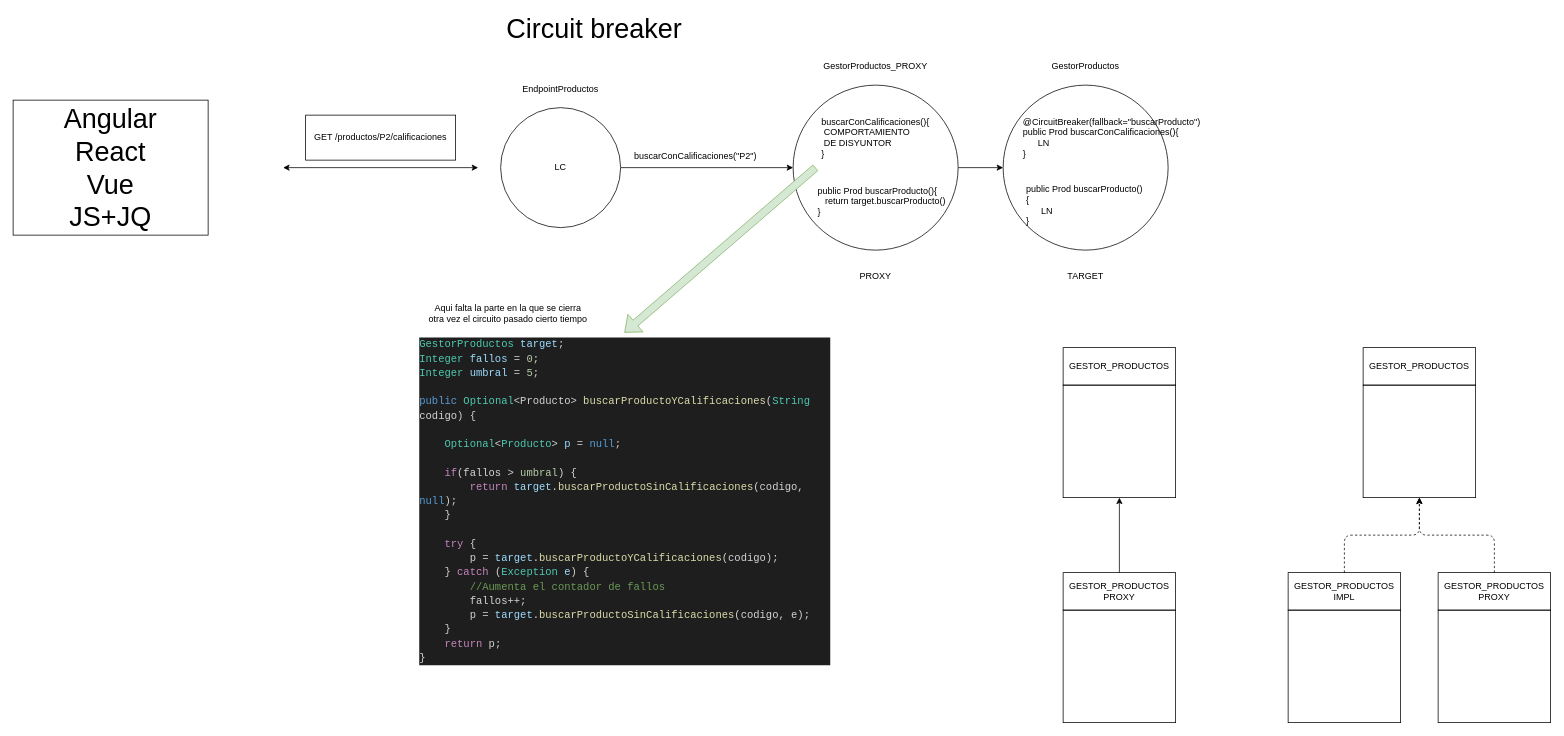
lrag/Patrones keeps this draw.io diagram as page "Página-19" (19 of 39) of patrones_2022_7.drawio. Above is the earlier version. Source tidied: cells renumbered, new cells numbered last; positions are measured from the earlier drawing's top-left corner, leaving out a move shared by most shapes. Both pictures are drawn from the tidied source at 75%, with x=0, y=0 at pixel (13, 17).
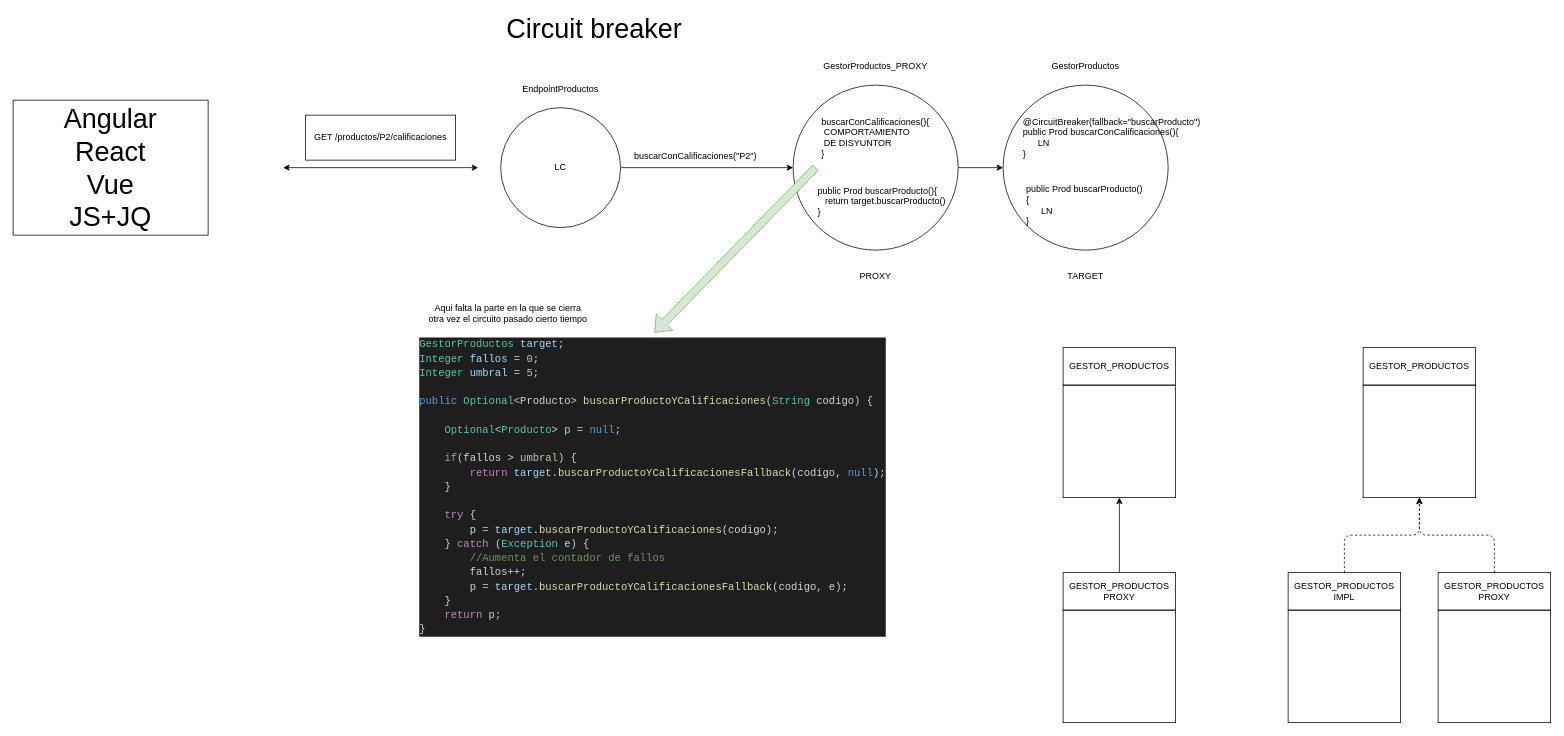
The same page after the edit.

What changed in the source:
```diff
@@
-    <mxCell id="18" value="&lt;div style=&quot;background-color: rgb(30 , 30 , 30) ; font-family: &amp;#34;consolas&amp;#34; , &amp;#34;courier new&amp;#34; , monospace ; font-weight: normal ; font-size: 14px ; line-height: 19px&quot;&gt;&lt;div style=&quot;color: rgb(212 , 212 , 212)&quot;&gt;&lt;span style=&quot;color: #4ec9b0&quot;&gt;GestorProductos&lt;/span&gt;&lt;span style=&quot;color: #d4d4d4&quot;&gt; &lt;/span&gt;&lt;span style=&quot;color: #9cdcfe&quot;&gt;target&lt;/span&gt;&lt;span style=&quot;color: #d4d4d4&quot;&gt;;&lt;/span&gt;&lt;/div&gt;&lt;div style=&quot;color: rgb(212 , 212 , 212)&quot;&gt;&lt;span style=&quot;color: #4ec9b0&quot;&gt;Integer&lt;/span&gt;&lt;span style=&quot;color: #d4d4d4&quot;&gt; &lt;/span&gt;&lt;span style=&quot;color: #9cdcfe&quot;&gt;fallos&lt;/span&gt;&lt;span style=&quot;color: #d4d4d4&quot;&gt; = &lt;/span&gt;&lt;span style=&quot;color: #b5cea8&quot;&gt;0&lt;/span&gt;&lt;span style=&quot;color: #d4d4d4&quot;&gt;;&lt;/span&gt;&lt;/div&gt;&lt;div style=&quot;color: rgb(212 , 212 , 212)&quot;&gt;&lt;span style=&quot;color: #4ec9b0&quot;&gt;Integer&lt;/span&gt;&lt;span style=&quot;color: #d4d4d4&quot;&gt; &lt;/span&gt;&lt;span style=&quot;color: #9cdcfe&quot;&gt;umbral&lt;/span&gt;&lt;span style=&quot;color: #d4d4d4&quot;&gt; = &lt;/span&gt;&lt;span style=&quot;color: #b5cea8&quot;&gt;5&lt;/span&gt;&lt;span style=&quot;color: #d4d4d4&quot;&gt;;&lt;/span&gt;&lt;/div&gt;&lt;br&gt;&lt;div style=&quot;color: rgb(212 , 212 , 212)&quot;&gt;&lt;span style=&quot;color: #569cd6&quot;&gt;public&lt;/span&gt;&lt;span style=&quot;color: #d4d4d4&quot;&gt; &lt;/span&gt;&lt;span style=&quot;color: #4ec9b0&quot;&gt;Optional&lt;/span&gt;&lt;span style=&quot;color: #d4d4d4&quot;&gt;&amp;lt;Producto&amp;gt; &lt;/span&gt;&lt;span style=&quot;color: #dcdcaa&quot;&gt;buscarProductoYCalificaciones&lt;/span&gt;&lt;span style=&quot;color: #d4d4d4&quot;&gt;(&lt;/span&gt;&lt;span style=&quot;color: #4ec9b0&quot;&gt;String&lt;/span&gt;&lt;span style=&quot;color: #d4d4d4&quot;&gt; codigo) {&lt;/span&gt;&lt;/div&gt;&lt;div style=&quot;color: rgb(212 , 212 , 212)&quot;&gt;&lt;span style=&quot;color: #d4d4d4&quot;&gt;&amp;nbsp; &amp;nbsp; &lt;/span&gt;&lt;/div&gt;&lt;div style=&quot;color: rgb(212 , 212 , 212)&quot;&gt;&lt;span style=&quot;color: #d4d4d4&quot;&gt;&amp;nbsp; &amp;nbsp; &lt;/span&gt;&lt;span style=&quot;color: #4ec9b0&quot;&gt;Optional&lt;/span&gt;&lt;span style=&quot;color: #d4d4d4&quot;&gt;&amp;lt;&lt;/span&gt;&lt;span style=&quot;color: #4ec9b0&quot;&gt;Producto&lt;/span&gt;&lt;span style=&quot;color: #d4d4d4&quot;&gt;&amp;gt; &lt;/span&gt;&lt;span style=&quot;color: #9cdcfe&quot;&gt;p&lt;/span&gt;&lt;span style=&quot;color: #d4d4d4&quot;&gt; = &lt;/span&gt;&lt;span style=&quot;color: #569cd6&quot;&gt;null&lt;/span&gt;&lt;span style=&quot;color: #d4d4d4&quot;&gt;;&lt;/span&gt;&lt;/div&gt;&lt;div style=&quot;color: rgb(212 , 212 , 212)&quot;&gt;&lt;span style=&quot;color: #d4d4d4&quot;&gt;&amp;nbsp; &amp;nbsp; &lt;/span&gt;&lt;/div&gt;&lt;div&gt;&lt;span style=&quot;color: rgb(212 , 212 , 212)&quot;&gt;&amp;nbsp; &amp;nbsp; &lt;/span&gt;&lt;span style=&quot;color: rgb(197 , 134 , 192)&quot;&gt;if&lt;/span&gt;&lt;span style=&quot;color: rgb(212 , 212 , 212)&quot;&gt;(fallos &amp;gt; &lt;/span&gt;&lt;font color=&quot;#b5cea8&quot;&gt;umbral&lt;/font&gt;&lt;span style=&quot;color: rgb(212 , 212 , 212)&quot;&gt;) {&lt;/span&gt;&lt;/div&gt;&lt;div style=&quot;color: rgb(212 , 212 , 212)&quot;&gt;&lt;span style=&quot;color: #d4d4d4&quot;&gt;&amp;nbsp; &amp;nbsp; &amp;nbsp; &amp;nbsp; &lt;/span&gt;&lt;span style=&quot;color: #c586c0&quot;&gt;return&lt;/span&gt;&lt;span style=&quot;color: #d4d4d4&quot;&gt; &lt;/span&gt;&lt;span style=&quot;color: #9cdcfe&quot;&gt;target&lt;/span&gt;&lt;span style=&quot;color: #d4d4d4&quot;&gt;.&lt;/span&gt;&lt;span style=&quot;color: #dcdcaa&quot;&gt;buscarProductoSinCalificaciones&lt;/span&gt;&lt;span style=&quot;color: #d4d4d4&quot;&gt;(codigo, &lt;/span&gt;&lt;span style=&quot;color: #569cd6&quot;&gt;null&lt;/span&gt;&lt;span style=&quot;color: #d4d4d4&quot;&gt;);&lt;/span&gt;&lt;/div&gt;&lt;div style=&quot;color: rgb(212 , 212 , 212)&quot;&gt;&lt;span style=&quot;color: #d4d4d4&quot;&gt;&amp;nbsp; &amp;nbsp; }&lt;/span&gt;&lt;/div&gt;&lt;br&gt;&lt;div style=&quot;color: rgb(212 , 212 , 212)&quot;&gt;&lt;span style=&quot;color: #d4d4d4&quot;&gt;&amp;nbsp; &amp;nbsp; &lt;/span&gt;&lt;span style=&quot;color: #c586c0&quot;&gt;try&lt;/span&gt;&lt;span style=&quot;color: #d4d4d4&quot;&gt; {&lt;/span&gt;&lt;/div&gt;&lt;div style=&quot;color: rgb(212 , 212 , 212)&quot;&gt;&lt;span style=&quot;color: #d4d4d4&quot;&gt;&amp;nbsp; &amp;nbsp; &amp;nbsp; &amp;nbsp; p = &lt;/span&gt;&lt;span style=&quot;color: #9cdcfe&quot;&gt;target&lt;/span&gt;&lt;span style=&quot;color: #d4d4d4&quot;&gt;.&lt;/span&gt;&lt;span style=&quot;color: #dcdcaa&quot;&gt;buscarProductoYCalificaciones&lt;/span&gt;&lt;span style=&quot;color: #d4d4d4&quot;&gt;(codigo);&lt;/span&gt;&lt;/div&gt;&lt;div style=&quot;color: rgb(212 , 212 , 212)&quot;&gt;&lt;span style=&quot;color: #d4d4d4&quot;&gt;&amp;nbsp; &amp;nbsp; } &lt;/span&gt;&lt;span style=&quot;color: #c586c0&quot;&gt;catch&lt;/span&gt;&lt;span style=&quot;color: #d4d4d4&quot;&gt; (&lt;/span&gt;&lt;span style=&quot;color: #4ec9b0&quot;&gt;Exception&lt;/span&gt;&lt;span style=&quot;color: #d4d4d4&quot;&gt; &lt;/span&gt;&lt;span style=&quot;color: #9cdcfe&quot;&gt;e&lt;/span&gt;&lt;span style=&quot;color: #d4d4d4&quot;&gt;) {&lt;/span&gt;&lt;/div&gt;&lt;div style=&quot;color: rgb(212 , 212 , 212)&quot;&gt;&lt;span style=&quot;color: #d4d4d4&quot;&gt;&amp;nbsp; &amp;nbsp; &amp;nbsp; &amp;nbsp; &lt;/span&gt;&lt;span style=&quot;color: #6a9955&quot;&gt;//Aumenta el contador de fallos&lt;/span&gt;&lt;/div&gt;&lt;div style=&quot;color: rgb(212 , 212 , 212)&quot;&gt;&lt;span style=&quot;color: #d4d4d4&quot;&gt;&amp;nbsp; &amp;nbsp; &amp;nbsp; &amp;nbsp; fallos++;&lt;/span&gt;&lt;/div&gt;&lt;div style=&quot;color: rgb(212 , 212 , 212)&quot;&gt;&lt;span style=&quot;color: #d4d4d4&quot;&gt;&amp;nbsp; &amp;nbsp; &amp;nbsp; &amp;nbsp; p = &lt;/span&gt;&lt;span style=&quot;color: #9cdcfe&quot;&gt;target&lt;/span&gt;&lt;span style=&quot;color: #d4d4d4&quot;&gt;.&lt;/span&gt;&lt;span style=&quot;color: #dcdcaa&quot;&gt;buscarProductoSinCalificaciones&lt;/span&gt;&lt;span style=&quot;color: #d4d4d4&quot;&gt;(codigo, e);&lt;/span&gt;&lt;/div&gt;&lt;div style=&quot;color: rgb(212 , 212 , 212)&quot;&gt;&lt;span style=&quot;color: #d4d4d4&quot;&gt;&amp;nbsp; &amp;nbsp; } &amp;nbsp; &amp;nbsp; &amp;nbsp; &lt;/span&gt;&lt;/div&gt;&lt;div style=&quot;color: rgb(212 , 212 , 212)&quot;&gt;&lt;span style=&quot;color: #d4d4d4&quot;&gt;&amp;nbsp; &amp;nbsp; &lt;/span&gt;&lt;span style=&quot;color: #c586c0&quot;&gt;return&lt;/span&gt;&lt;span style=&quot;color: #d4d4d4&quot;&gt; p; &amp;nbsp; &amp;nbsp; &amp;nbsp; &lt;/span&gt;&lt;/div&gt;&lt;div style=&quot;color: rgb(212 , 212 , 212)&quot;&gt;&lt;span style=&quot;color: #d4d4d4&quot;&gt;}&lt;/span&gt;&lt;/div&gt;&lt;/div&gt;" style="text;whiteSpace=wrap;html=1;" parent="1" vertex="1">
-      <mxGeometry x="540" y="420" width="550" height="450" as="geometry" />
+    <mxCell id="18" value="&lt;div style=&quot;background-color: rgb(30 , 30 , 30) ; font-family: &amp;quot;consolas&amp;quot; , &amp;quot;courier new&amp;quot; , monospace ; font-weight: normal ; font-size: 14px ; line-height: 19px&quot;&gt;&lt;div style=&quot;color: rgb(212 , 212 , 212)&quot;&gt;&lt;span style=&quot;color: #4ec9b0&quot;&gt;GestorProductos&lt;/span&gt;&lt;span style=&quot;color: #d4d4d4&quot;&gt; &lt;/span&gt;&lt;span style=&quot;color: #9cdcfe&quot;&gt;target&lt;/span&gt;&lt;span style=&quot;color: #d4d4d4&quot;&gt;;&lt;/span&gt;&lt;/div&gt;&lt;div style=&quot;color: rgb(212 , 212 , 212)&quot;&gt;&lt;span style=&quot;color: #4ec9b0&quot;&gt;Integer&lt;/span&gt;&lt;span style=&quot;color: #d4d4d4&quot;&gt; &lt;/span&gt;&lt;span style=&quot;color: #9cdcfe&quot;&gt;fallos&lt;/span&gt;&lt;span style=&quot;color: #d4d4d4&quot;&gt; = &lt;/span&gt;&lt;span style=&quot;color: #b5cea8&quot;&gt;0&lt;/span&gt;&lt;span style=&quot;color: #d4d4d4&quot;&gt;;&lt;/span&gt;&lt;/div&gt;&lt;div style=&quot;color: rgb(212 , 212 , 212)&quot;&gt;&lt;span style=&quot;color: #4ec9b0&quot;&gt;Integer&lt;/span&gt;&lt;span style=&quot;color: #d4d4d4&quot;&gt; &lt;/span&gt;&lt;span style=&quot;color: #9cdcfe&quot;&gt;umbral&lt;/span&gt;&lt;span style=&quot;color: #d4d4d4&quot;&gt; = &lt;/span&gt;&lt;span style=&quot;color: #b5cea8&quot;&gt;5&lt;/span&gt;&lt;span style=&quot;color: #d4d4d4&quot;&gt;;&lt;/span&gt;&lt;/div&gt;&lt;br&gt;&lt;div style=&quot;color: rgb(212 , 212 , 212)&quot;&gt;&lt;span style=&quot;color: #569cd6&quot;&gt;public&lt;/span&gt;&lt;span style=&quot;color: #d4d4d4&quot;&gt; &lt;/span&gt;&lt;span style=&quot;color: #4ec9b0&quot;&gt;Optional&lt;/span&gt;&lt;span style=&quot;color: #d4d4d4&quot;&gt;&amp;lt;Producto&amp;gt; &lt;/span&gt;&lt;span style=&quot;color: #dcdcaa&quot;&gt;buscarProductoYCalificaciones&lt;/span&gt;&lt;span style=&quot;color: #d4d4d4&quot;&gt;(&lt;/span&gt;&lt;span style=&quot;color: #4ec9b0&quot;&gt;String&lt;/span&gt;&lt;span style=&quot;color: #d4d4d4&quot;&gt; codigo) {&lt;/span&gt;&lt;/div&gt;&lt;div style=&quot;color: rgb(212 , 212 , 212)&quot;&gt;&lt;span style=&quot;color: #d4d4d4&quot;&gt;&amp;nbsp; &amp;nbsp; &lt;/span&gt;&lt;/div&gt;&lt;div style=&quot;color: rgb(212 , 212 , 212)&quot;&gt;&lt;span style=&quot;color: #d4d4d4&quot;&gt;&amp;nbsp; &amp;nbsp; &lt;/span&gt;&lt;span style=&quot;color: #4ec9b0&quot;&gt;Optional&lt;/span&gt;&lt;span style=&quot;color: #d4d4d4&quot;&gt;&amp;lt;&lt;/span&gt;&lt;span style=&quot;color: #4ec9b0&quot;&gt;Producto&lt;/span&gt;&lt;span style=&quot;color: #d4d4d4&quot;&gt;&amp;gt; &lt;/span&gt;&lt;span style=&quot;color: #9cdcfe&quot;&gt;p&lt;/span&gt;&lt;span style=&quot;color: #d4d4d4&quot;&gt; = &lt;/span&gt;&lt;span style=&quot;color: #569cd6&quot;&gt;null&lt;/span&gt;&lt;span style=&quot;color: #d4d4d4&quot;&gt;;&lt;/span&gt;&lt;/div&gt;&lt;div style=&quot;color: rgb(212 , 212 , 212)&quot;&gt;&lt;span style=&quot;color: #d4d4d4&quot;&gt;&amp;nbsp; &amp;nbsp; &lt;/span&gt;&lt;/div&gt;&lt;div&gt;&lt;span style=&quot;color: rgb(212 , 212 , 212)&quot;&gt;&amp;nbsp; &amp;nbsp; &lt;/span&gt;&lt;span style=&quot;color: rgb(197 , 134 , 192)&quot;&gt;if&lt;/span&gt;&lt;span style=&quot;color: rgb(212 , 212 , 212)&quot;&gt;(fallos &amp;gt; &lt;/span&gt;&lt;font color=&quot;#b5cea8&quot;&gt;umbral&lt;/font&gt;&lt;span style=&quot;color: rgb(212 , 212 , 212)&quot;&gt;) {&lt;/span&gt;&lt;/div&gt;&lt;div style=&quot;color: rgb(212 , 212 , 212)&quot;&gt;&lt;span style=&quot;color: #d4d4d4&quot;&gt;&amp;nbsp; &amp;nbsp; &amp;nbsp; &amp;nbsp; &lt;/span&gt;&lt;span style=&quot;color: #c586c0&quot;&gt;return&lt;/span&gt;&lt;span style=&quot;color: #d4d4d4&quot;&gt; &lt;/span&gt;&lt;span style=&quot;color: #9cdcfe&quot;&gt;target&lt;/span&gt;&lt;span style=&quot;color: #d4d4d4&quot;&gt;.&lt;/span&gt;&lt;span style=&quot;color: rgb(220, 220, 170);&quot;&gt;buscarProductoYCalificacionesFallback&lt;/span&gt;&lt;span style=&quot;color: #d4d4d4&quot;&gt;(codigo, &lt;/span&gt;&lt;span style=&quot;color: #569cd6&quot;&gt;null&lt;/span&gt;&lt;span style=&quot;color: #d4d4d4&quot;&gt;);&lt;/span&gt;&lt;/div&gt;&lt;div style=&quot;color: rgb(212 , 212 , 212)&quot;&gt;&lt;span style=&quot;color: #d4d4d4&quot;&gt;&amp;nbsp; &amp;nbsp; }&lt;/span&gt;&lt;/div&gt;&lt;br&gt;&lt;div style=&quot;color: rgb(212 , 212 , 212)&quot;&gt;&lt;span style=&quot;color: #d4d4d4&quot;&gt;&amp;nbsp; &amp;nbsp; &lt;/span&gt;&lt;span style=&quot;color: #c586c0&quot;&gt;try&lt;/span&gt;&lt;span style=&quot;color: #d4d4d4&quot;&gt; {&lt;/span&gt;&lt;/div&gt;&lt;div style=&quot;color: rgb(212 , 212 , 212)&quot;&gt;&lt;span style=&quot;color: #d4d4d4&quot;&gt;&amp;nbsp; &amp;nbsp; &amp;nbsp; &amp;nbsp; p = &lt;/span&gt;&lt;span style=&quot;color: #9cdcfe&quot;&gt;target&lt;/span&gt;&lt;span style=&quot;color: #d4d4d4&quot;&gt;.&lt;/span&gt;&lt;span style=&quot;color: #dcdcaa&quot;&gt;buscarProductoYCalificaciones&lt;/span&gt;&lt;span style=&quot;color: #d4d4d4&quot;&gt;(codigo);&lt;/span&gt;&lt;/div&gt;&lt;div style=&quot;color: rgb(212 , 212 , 212)&quot;&gt;&lt;span style=&quot;color: #d4d4d4&quot;&gt;&amp;nbsp; &amp;nbsp; } &lt;/span&gt;&lt;span style=&quot;color: #c586c0&quot;&gt;catch&lt;/span&gt;&lt;span style=&quot;color: #d4d4d4&quot;&gt; (&lt;/span&gt;&lt;span style=&quot;color: #4ec9b0&quot;&gt;Exception&lt;/span&gt;&lt;span style=&quot;color: #d4d4d4&quot;&gt; &lt;/span&gt;&lt;span style=&quot;color: #9cdcfe&quot;&gt;e&lt;/span&gt;&lt;span style=&quot;color: #d4d4d4&quot;&gt;) {&lt;/span&gt;&lt;/div&gt;&lt;div style=&quot;color: rgb(212 , 212 , 212)&quot;&gt;&lt;span style=&quot;color: #d4d4d4&quot;&gt;&amp;nbsp; &amp;nbsp; &amp;nbsp; &amp;nbsp; &lt;/span&gt;&lt;span style=&quot;color: #6a9955&quot;&gt;//Aumenta el contador de fallos&lt;/span&gt;&lt;/div&gt;&lt;div style=&quot;color: rgb(212 , 212 , 212)&quot;&gt;&lt;span style=&quot;color: #d4d4d4&quot;&gt;&amp;nbsp; &amp;nbsp; &amp;nbsp; &amp;nbsp; fallos++;&lt;/span&gt;&lt;/div&gt;&lt;div style=&quot;color: rgb(212 , 212 , 212)&quot;&gt;&lt;span style=&quot;color: #d4d4d4&quot;&gt;&amp;nbsp; &amp;nbsp; &amp;nbsp; &amp;nbsp; p = &lt;/span&gt;&lt;span style=&quot;color: #9cdcfe&quot;&gt;target&lt;/span&gt;&lt;span style=&quot;color: #d4d4d4&quot;&gt;.&lt;/span&gt;&lt;span style=&quot;color: rgb(220, 220, 170);&quot;&gt;buscarProductoYCalificacionesFallback&lt;/span&gt;&lt;span style=&quot;color: #d4d4d4&quot;&gt;(codigo, e);&lt;/span&gt;&lt;/div&gt;&lt;div style=&quot;color: rgb(212 , 212 , 212)&quot;&gt;&lt;span style=&quot;color: #d4d4d4&quot;&gt;&amp;nbsp; &amp;nbsp; } &amp;nbsp; &amp;nbsp; &amp;nbsp; &lt;/span&gt;&lt;/div&gt;&lt;div style=&quot;color: rgb(212 , 212 , 212)&quot;&gt;&lt;span style=&quot;color: #d4d4d4&quot;&gt;&amp;nbsp; &amp;nbsp; &lt;/span&gt;&lt;span style=&quot;color: #c586c0&quot;&gt;return&lt;/span&gt;&lt;span style=&quot;color: #d4d4d4&quot;&gt; p; &amp;nbsp; &amp;nbsp; &amp;nbsp; &lt;/span&gt;&lt;/div&gt;&lt;div style=&quot;color: rgb(212 , 212 , 212)&quot;&gt;&lt;span style=&quot;color: #d4d4d4&quot;&gt;}&lt;/span&gt;&lt;/div&gt;&lt;/div&gt;" style="text;whiteSpace=wrap;html=1;" parent="1" vertex="1">
+      <mxGeometry x="540" y="420" width="630" height="450" as="geometry" />
     </mxCell>
```
